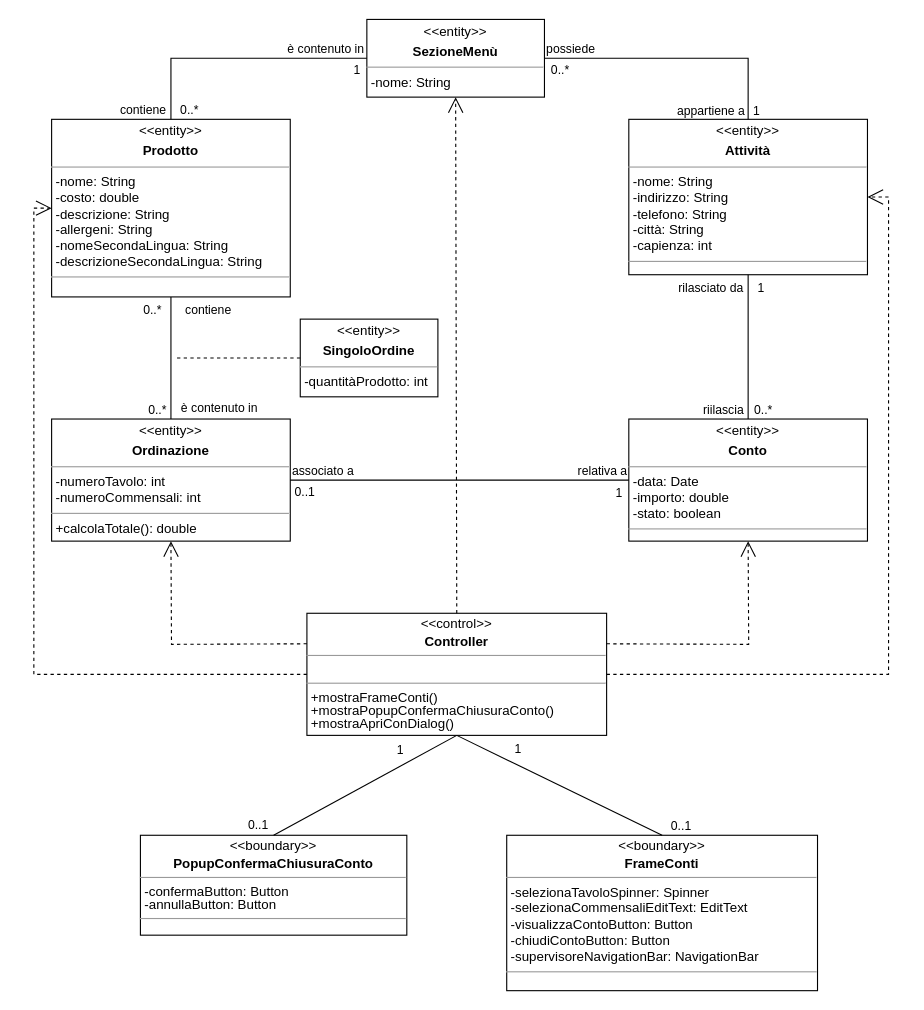
Above: Documentazione/Class Diagram/Analisi/drawio/Analysis Class Diagram - Gestisce Conto.drawio in vittorioruggiero/Progetto-IngSw (draw.io), before the change. Source tidied: cells renumbered, new cells numbered last; positions are measured from the earlier drawing's top-left corner, leaving out a move shared by most shapes. Both pictures are drawn from the tidied source at 111%, with x=0, y=0 at pixel (33, 19).
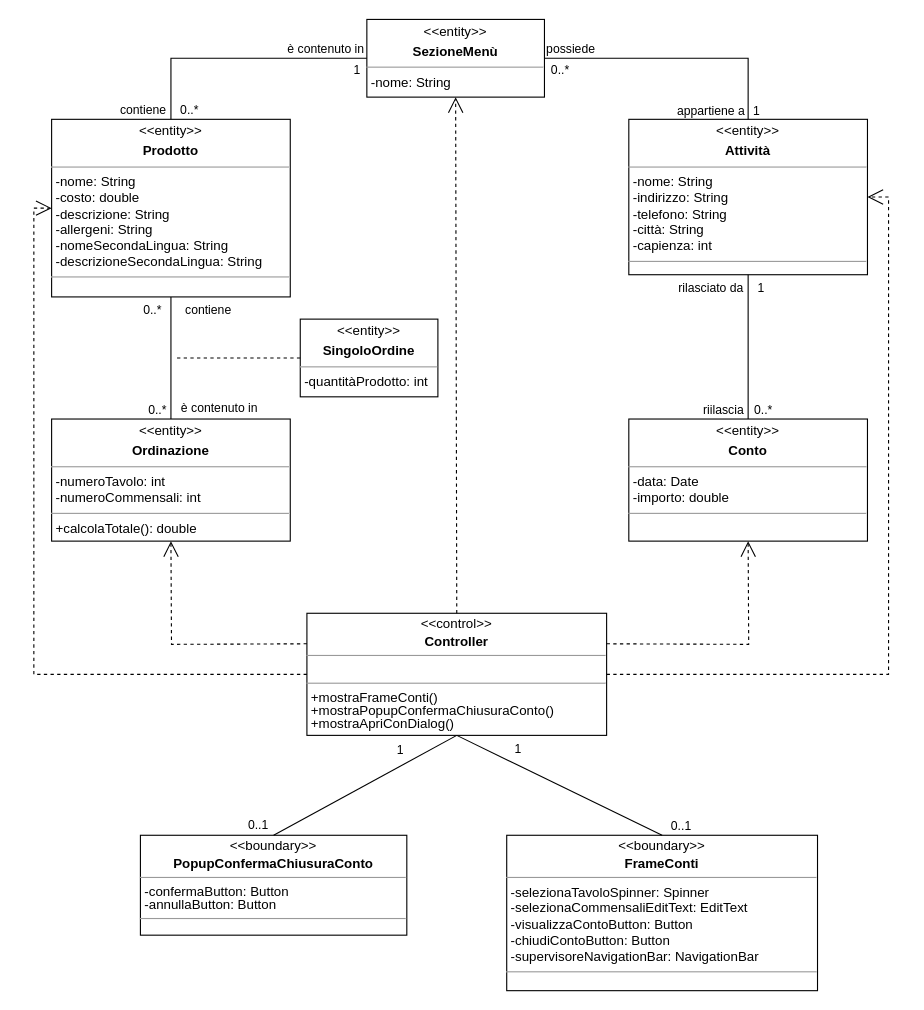
Above is the later version.

The change refers to these unchanged cells:
```xml
<mxCell id="11" value="&lt;p style=&quot;text-align: center; margin: 4px 0px 0px;&quot;&gt;&amp;lt;&amp;lt;entity&amp;gt;&amp;gt;&lt;/p&gt;&lt;p style=&quot;text-align: center; margin: 4px 0px 0px;&quot;&gt;&lt;b&gt;Ordinazione&lt;/b&gt;&lt;/p&gt;&lt;hr size=&quot;1&quot;&gt;&lt;p style=&quot;margin:0px;margin-left:4px;&quot;&gt;-numeroTavolo: int&lt;/p&gt;&lt;p style=&quot;margin:0px;margin-left:4px;&quot;&gt;-numeroCommensali: int&lt;/p&gt;&lt;hr size=&quot;1&quot;&gt;&lt;p style=&quot;margin:0px;margin-left:4px;&quot;&gt;+calcolaTotale(): double&lt;/p&gt;" style="verticalAlign=top;align=left;overflow=fill;fontSize=12;fontFamily=Helvetica;html=1;" parent="1" vertex="1">
  <mxGeometry x="16" y="360" width="215" height="110" as="geometry" />
</mxCell>
```

Change to the diagram source:
```diff
@@
-    <mxCell id="21" value="&lt;p style=&quot;text-align: center; margin: 4px 0px 0px;&quot;&gt;&amp;lt;&amp;lt;entity&amp;gt;&amp;gt;&lt;/p&gt;&lt;p style=&quot;text-align: center; margin: 4px 0px 0px;&quot;&gt;&lt;b&gt;Conto&lt;/b&gt;&lt;/p&gt;&lt;hr size=&quot;1&quot;&gt;&lt;p style=&quot;margin:0px;margin-left:4px;&quot;&gt;-data: Date&lt;/p&gt;&lt;p style=&quot;margin:0px;margin-left:4px;&quot;&gt;-importo: double&lt;/p&gt;&lt;p style=&quot;margin:0px;margin-left:4px;&quot;&gt;-stato: boolean&lt;/p&gt;&lt;hr size=&quot;1&quot;&gt;&lt;p style=&quot;margin:0px;margin-left:4px;&quot;&gt;&lt;br&gt;&lt;/p&gt;" style="verticalAlign=top;align=left;overflow=fill;fontSize=12;fontFamily=Helvetica;html=1;" parent="1" vertex="1">
+    <mxCell id="21" value="&lt;p style=&quot;text-align: center; margin: 4px 0px 0px;&quot;&gt;&amp;lt;&amp;lt;entity&amp;gt;&amp;gt;&lt;/p&gt;&lt;p style=&quot;text-align: center; margin: 4px 0px 0px;&quot;&gt;&lt;b&gt;Conto&lt;/b&gt;&lt;/p&gt;&lt;hr size=&quot;1&quot;&gt;&lt;p style=&quot;margin:0px;margin-left:4px;&quot;&gt;-data: Date&lt;/p&gt;&lt;p style=&quot;margin:0px;margin-left:4px;&quot;&gt;-importo: double&lt;/p&gt;&lt;hr size=&quot;1&quot;&gt;&lt;p style=&quot;margin:0px;margin-left:4px;&quot;&gt;&lt;br&gt;&lt;/p&gt;" style="verticalAlign=top;align=left;overflow=fill;fontSize=12;fontFamily=Helvetica;html=1;" parent="1" vertex="1">
       <mxGeometry x="536" y="360" width="215" height="110" as="geometry" />
     </mxCell>
-    <mxCell id="22" style="endArrow=none;html=1;edgeStyle=orthogonalEdgeStyle;rounded=0;exitX=1;exitY=0.5;exitDx=0;exitDy=0;entryX=0;entryY=0.5;entryDx=0;entryDy=0;" parent="1" edge="1" source="11" target="21">
-      <mxGeometry relative="1" as="geometry" />
-    </mxCell>
-    <mxCell id="23" value="associato a" style="edgeLabel;html=1;align=left;verticalAlign=bottom;labelBackgroundColor=none;" parent="22" vertex="1">
-      <mxGeometry x="-1" relative="1" as="geometry" />
-    </mxCell>
-    <mxCell id="24" value="relativa a" style="edgeLabel;html=1;align=right;verticalAlign=bottom;labelBackgroundColor=none;" parent="22" vertex="1">
-      <mxGeometry x="1" relative="1" as="geometry">
-        <mxPoint x="-1" as="offset" />
-      </mxGeometry>
-    </mxCell>
-    <mxCell id="25" value="0..1" style="edgeLabel;html=1;align=center;verticalAlign=middle;labelBackgroundColor=none;" parent="22" vertex="1">
-      <mxGeometry x="-0.14" y="1" relative="1" as="geometry">
-        <mxPoint x="-119" y="11" as="offset" />
-      </mxGeometry>
-    </mxCell>
-    <mxCell id="26" value="1" style="edgeLabel;html=1;align=center;verticalAlign=middle;labelBackgroundColor=none;" parent="22" vertex="1">
-      <mxGeometry x="0.07" y="-2" relative="1" as="geometry">
-        <mxPoint x="132" y="9" as="offset" />
-      </mxGeometry>
-    </mxCell>
```
